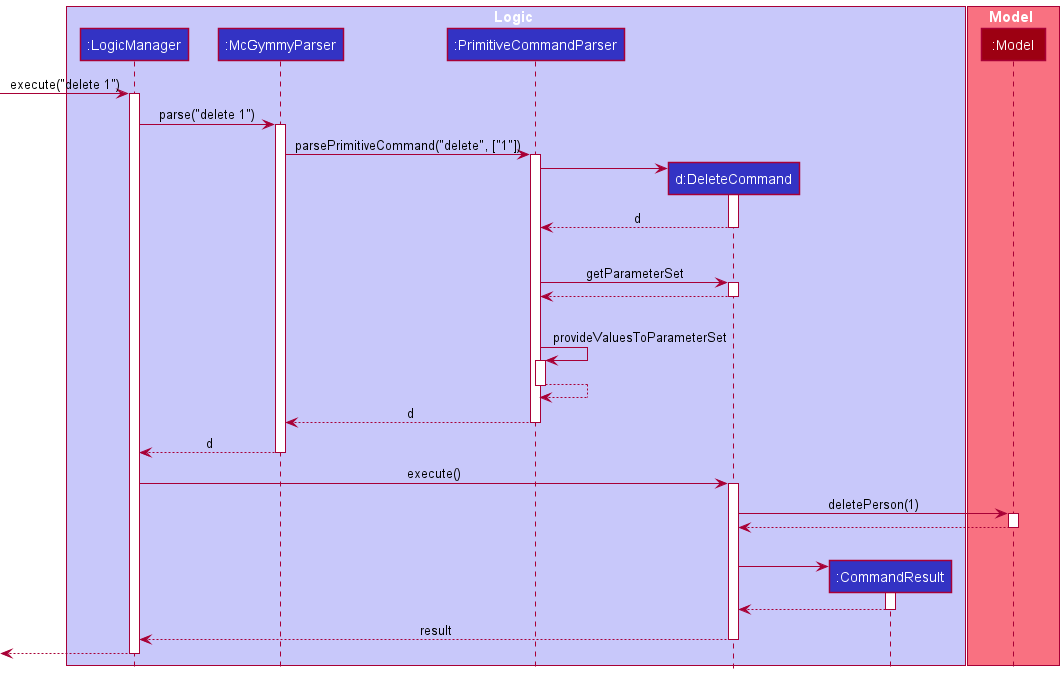
Above: docs/images/DeleteSequenceDiagram.png in nus-cs2103-AY2021S1/tp (PlantUML), before the change.
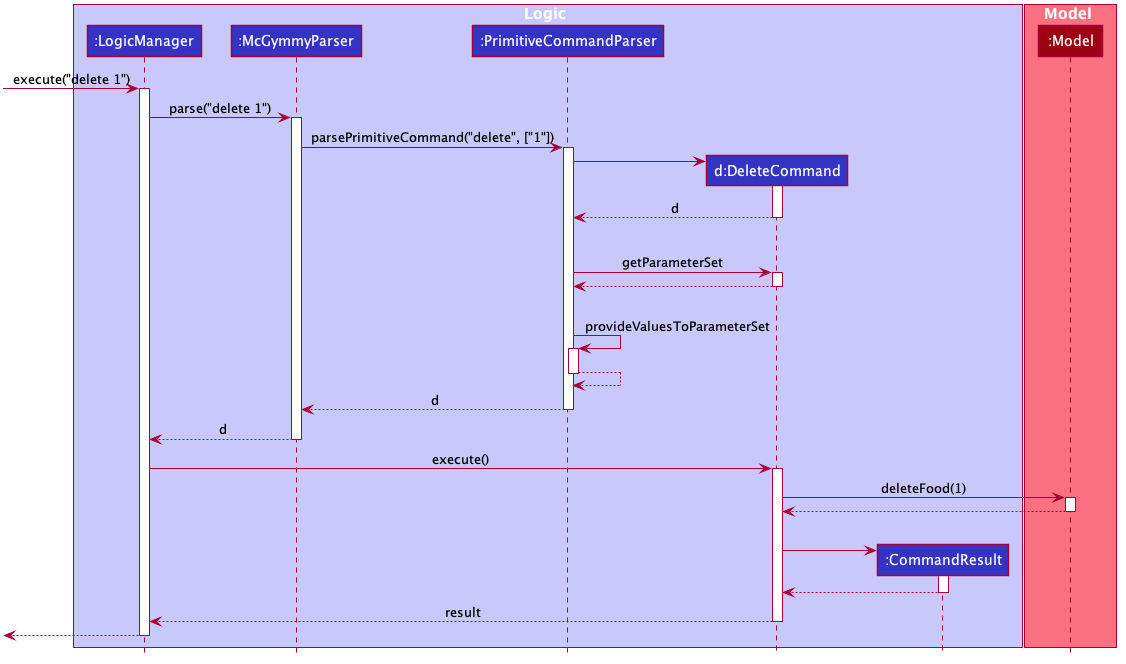
The same file after the commit.

Commit message:
Change delete person to delete food

Change to the diagram source:
```diff
@@ -1,16 +1,63 @@
 @startuml
-!include style.puml
 
-box Logic LOGIC_COLOR_T1
-participant ":LogicManager" as LogicManager LOGIC_COLOR
-participant ":McGymmyParser" as McGymmyParser LOGIC_COLOR
-participant ":PrimitiveCommandParser" as PrimitiveCommandParser LOGIC_COLOR
-participant "d:DeleteCommand" as DeleteCommand LOGIC_COLOR
-participant ":CommandResult" as CommandResult LOGIC_COLOR
+
+
+
+
+
+
+
+skinparam BackgroundColor #FFFFFFF
+
+skinparam Shadowing false
+
+skinparam Class {
+    FontColor #FFFFFF
+    BorderThickness 1
+    BorderColor #FFFFFF
+    StereotypeFontColor #FFFFFF
+    FontName Arial
+}
+
+skinparam Actor {
+    BorderColor #000000
+    Color #000000
+    FontName Arial
+}
+
+skinparam Sequence {
+    MessageAlign center
+    BoxFontSize 15
+    BoxPadding 0
+    BoxFontColor #FFFFFF
+    FontName Arial
+}
+
+skinparam Participant {
+    FontColor #FFFFFFF
+    Padding 20
+}
+
+skinparam MinClassWidth 50
+skinparam ParticipantPadding 10
+skinparam Shadowing false
+skinparam DefaultTextAlignment center
+skinparam packageStyle Rectangle
+
+hide footbox
+hide members
+hide circle
+
+box Logic #C8C8FA
+participant ":LogicManager" as LogicManager #3333C4
+participant ":McGymmyParser" as McGymmyParser #3333C4
+participant ":PrimitiveCommandParser" as PrimitiveCommandParser #3333C4
+participant "d:DeleteCommand" as DeleteCommand #3333C4
+participant ":CommandResult" as CommandResult #3333C4
 end box
 
-box Model MODEL_COLOR_T1
-participant ":Model" as Model MODEL_COLOR
+box Model #F97181
+participant ":Model" as Model #9D0012
 end box
 
 [-> LogicManager : execute("delete 1")
@@ -52,7 +99,7 @@
 LogicManager -> DeleteCommand : execute()
 activate DeleteCommand
 
-DeleteCommand -> Model : deletePerson(1)
+DeleteCommand -> Model : deleteFood(1)
 activate Model
 
 Model --> DeleteCommand
```
